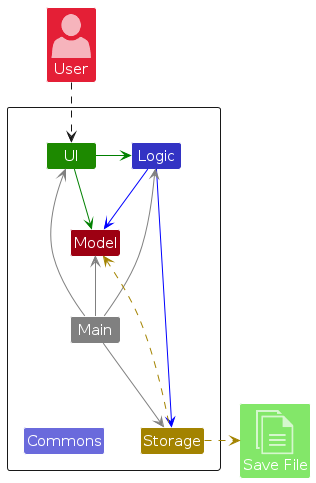
The PlantUML diagram diagrams/ArchitectureDiagram.png in AY2526S2-CS2103T-T09-1/tp, before a commit. Its source is kept beside it as diagrams/ArchitectureDiagram.puml. The source it was exported from:
```plantuml
@startuml
!include <office/Concepts/globe_internet>
!include <office/Concepts/documents>
!include <office/Users/user>
!include style.puml

Package " "<<Rectangle>>{
    Class UI UI_COLOR
    Class Logic LOGIC_COLOR
    Class Storage STORAGE_COLOR
    Class Model MODEL_COLOR
    Class Main #grey
    Class Commons LOGIC_COLOR_T2
}

Class "<$user>\nUser" as User MODEL_COLOR_T2
Class "<$documents>\nSave File" as File UI_COLOR_T1


UI -[#green]> Logic
UI -right[#green]-> Model
Logic -[#blue]-> Storage
Logic -down[#blue]-> Model
Main -[#grey]-> UI
Main -[#grey]-> Logic
Main -[#grey]-> Storage
Main -up[#grey]-> Model
Main -down[hidden]-> Commons

Storage -up[STORAGE_COLOR].> Model
Storage .right[STORAGE_COLOR].>File
User ..> UI
@enduml
```
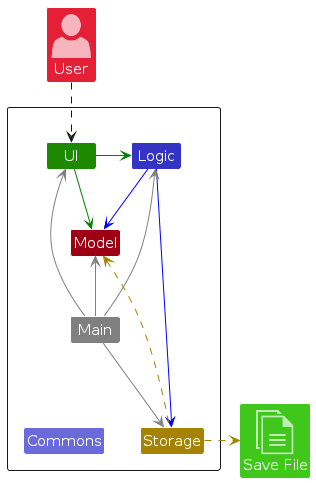
After the commit.

What changed in the source:
```diff
@@ -14,7 +14,7 @@
 }
 
 Class "<$user>\nUser" as User MODEL_COLOR_T2
-Class "<$documents>\nSave File" as File UI_COLOR_T1
+Class "<$documents>\nSave File" as File UI_COLOR_T2
 
 
 UI -[#green]> Logic
```
